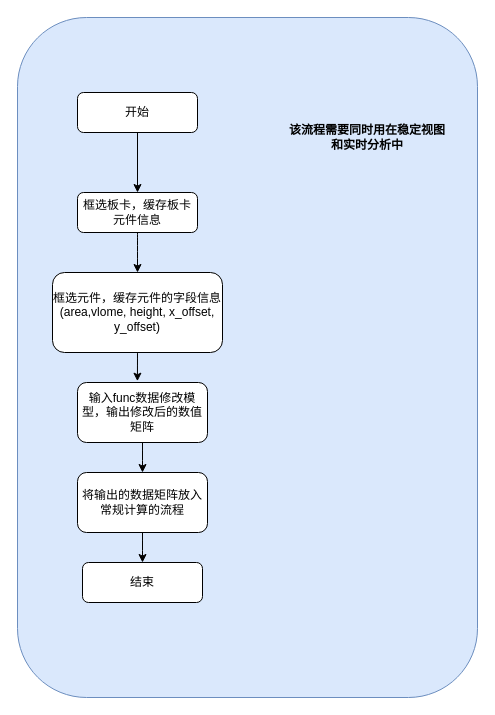
This is cpk计算流程图.drawio from notThisMoment/drawIo, a draw.io file, before an edit. Source tidied: cells renumbered, new cells numbered last; positions are measured from the earlier drawing's top-left corner, leaving out a move shared by most shapes. Both pictures are drawn from the tidied source at 100%, with x=0, y=0 at pixel (17, 17).
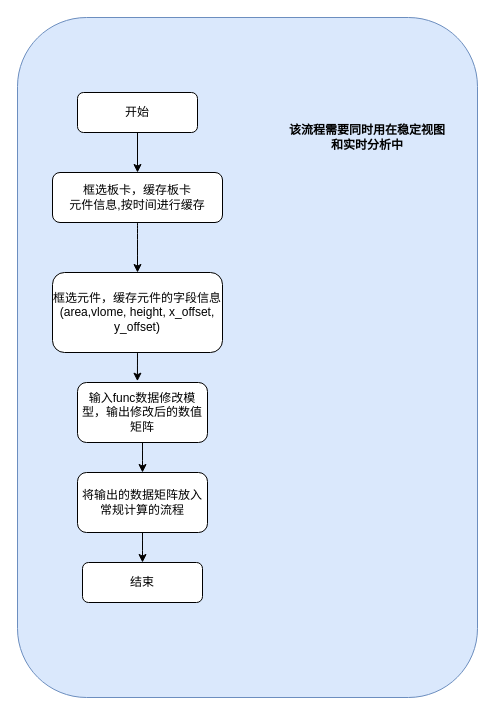
The same diagram, later.

Commit message (it also covers changes not shown here):
更新cpk计算流程图.drawio

What changed in the source:
```diff
@@
 <mxGraphModel>
   <root>
     <mxCell id="0" />
     <mxCell id="1" parent="0" />
     <mxCell id="2" style="rounded=1;whiteSpace=wrap;html=1;fillColor=#dae8fc;strokeColor=#6c8ebf;" parent="1" vertex="1">
       <mxGeometry width="460" height="680" as="geometry" />
     </mxCell>
     <mxCell id="3" style="edgeStyle=orthogonalEdgeStyle;curved=1;rounded=0;jettySize=auto;html=1;" parent="1" edge="1" source="4" target="7">
       <mxGeometry relative="1" as="geometry" />
     </mxCell>
-    <mxCell id="4" value="框选板卡，缓存板卡&lt;br&gt;元件信息" style="rounded=1;whiteSpace=wrap;html=1;fontSize=12;glass=0;strokeWidth=1;shadow=0;" parent="1" vertex="1">
-      <mxGeometry x="60" y="175" width="120" height="40" as="geometry" />
+    <mxCell id="4" value="框选板卡，缓存板卡&lt;br&gt;元件信息,按时间进行缓存" style="rounded=1;whiteSpace=wrap;html=1;fontSize=12;glass=0;strokeWidth=1;shadow=0;" parent="1" vertex="1">
+      <mxGeometry x="35" y="155" width="170" height="50" as="geometry" />
     </mxCell>
     <mxCell id="5" style="edgeStyle=orthogonalEdgeStyle;rounded=0;jettySize=auto;html=1;" parent="1" edge="1" source="6" target="4">
       <mxGeometry relative="1" as="geometry" />
     </mxCell>
     <mxCell id="6" value="开始" style="rounded=1;whiteSpace=wrap;html=1;fontSize=12;glass=0;strokeWidth=1;shadow=0;" parent="1" vertex="1">
       <mxGeometry x="60" y="75" width="120" height="40" as="geometry" />
     </mxCell>
     <mxCell id="7" value="框选元件，缓存元件的字段信息(area,vlome, height, x_offset, y_offset)" style="rounded=1;whiteSpace=wrap;html=1;fontSize=12;glass=0;strokeWidth=1;shadow=0;" parent="1" vertex="1">
       <mxGeometry x="35" y="255" width="170" height="80" as="geometry" />
     </mxCell>
     <mxCell id="8" style="edgeStyle=orthogonalEdgeStyle;curved=1;rounded=0;jettySize=auto;html=1;" parent="1" edge="1" source="9" target="12">
       <mxGeometry relative="1" as="geometry" />
     </mxCell>
     <mxCell id="9" value="输入func数据修改模型，输出修改后的数值矩阵" style="rounded=1;whiteSpace=wrap;html=1;fontSize=12;glass=0;strokeWidth=1;shadow=0;" parent="1" vertex="1">
       <mxGeometry x="60" y="365" width="130" height="60" as="geometry" />
     </mxCell>
     <mxCell id="10" style="edgeStyle=orthogonalEdgeStyle;curved=1;rounded=0;jettySize=auto;html=1;exitX=0.5;exitY=1;exitDx=0;exitDy=0;entryX=0.461;entryY=-0.022;entryDx=0;entryDy=0;entryPerimeter=0;" parent="1" edge="1" source="7" target="9">
       <mxGeometry relative="1" as="geometry" />
     </mxCell>
     <mxCell id="11" style="edgeStyle=orthogonalEdgeStyle;curved=1;rounded=0;jettySize=auto;html=1;entryX=0.5;entryY=0;entryDx=0;entryDy=0;" parent="1" edge="1" source="12" target="13">
       <mxGeometry relative="1" as="geometry" />
     </mxCell>
     <mxCell id="12" value="将输出的数据矩阵放入常规计算的流程" style="rounded=1;whiteSpace=wrap;html=1;fontSize=12;glass=0;strokeWidth=1;shadow=0;" parent="1" vertex="1">
       <mxGeometry x="60" y="455" width="130" height="60" as="geometry" />
     </mxCell>
     <mxCell id="13" value="结束" style="rounded=1;whiteSpace=wrap;html=1;fontSize=12;glass=0;strokeWidth=1;shadow=0;" parent="1" vertex="1">
       <mxGeometry x="65" y="545" width="120" height="40" as="geometry" />
     </mxCell>
     <mxCell id="14" value="该流程需要同时用在稳定视图和实时分析中" style="text;html=1;strokeColor=none;fillColor=none;align=center;verticalAlign=middle;whiteSpace=wrap;rounded=0;fontStyle=1;" parent="1" vertex="1">
       <mxGeometry x="270" y="95" width="160" height="50" as="geometry" />
     </mxCell>
   </root>
 </mxGraphModel>
```
